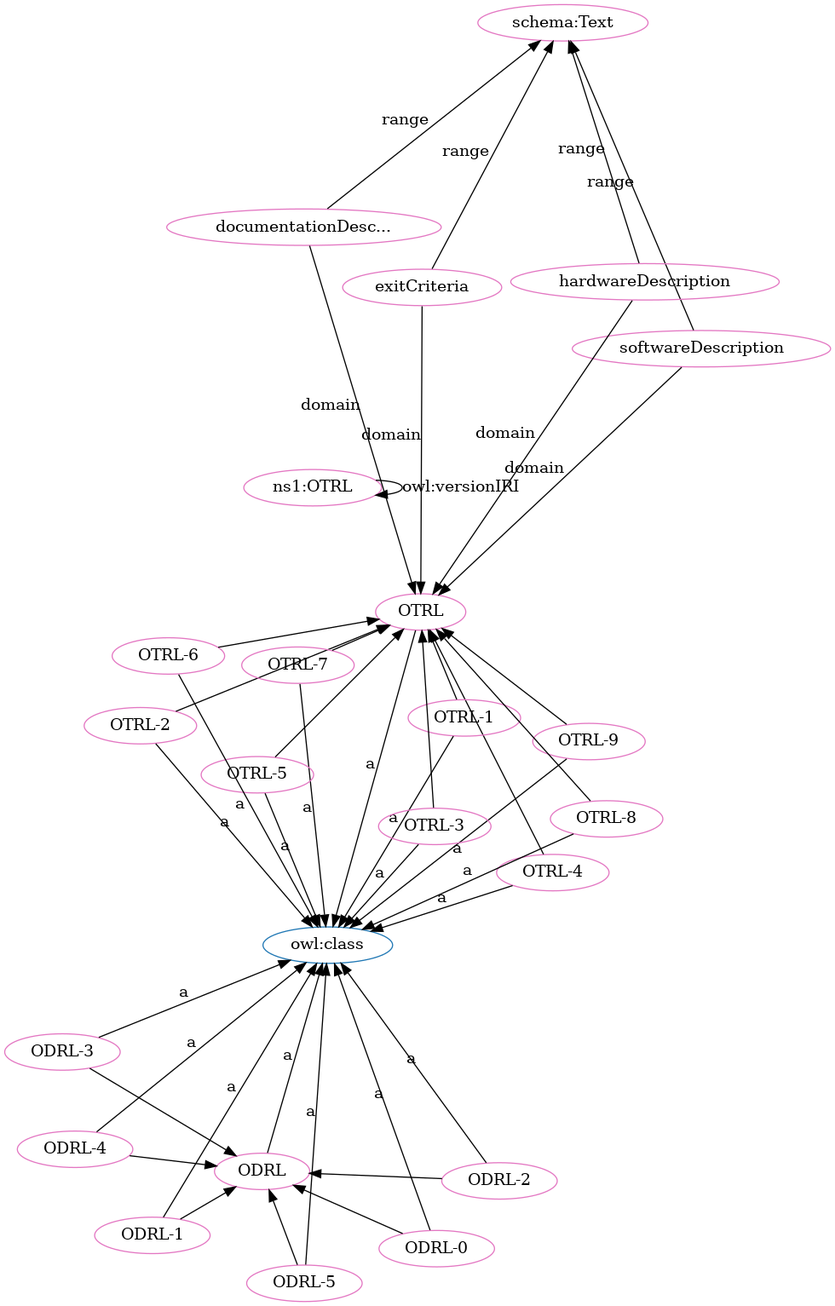
Earlier version of the Graphviz export OTRL-clean.png (OPEN-NEXT/OKH-LOSH). Its source is kept beside it as OTRL-clean.dot.
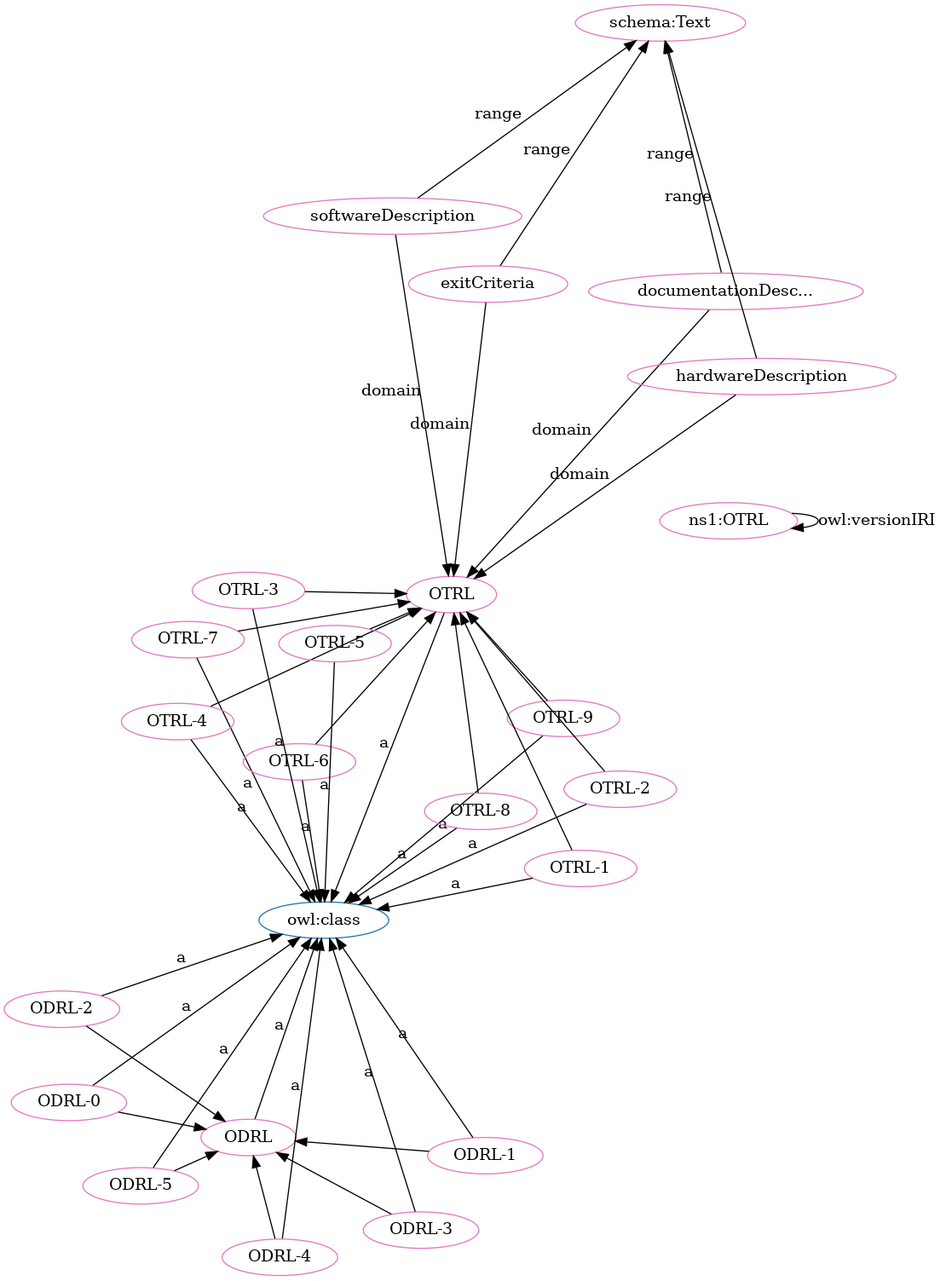
Above is the later version.

The edit, as a diff of the source:
```diff
@@ -1,71 +1,71 @@
 digraph G {
   rankdir=BT
   node[height=.3]
+"http://purl.org/oseg/ontologies/OTRL#ODRL" [fillcolor="#1f77b4" color="#1f77b4" label="ODRL"]
 "http://www.w3.org/2002/07/owl#class" [fillcolor="#1f77b4" color="#1f77b4" label="owl:class"]
 "http://purl.org/oseg/ontologies/OTRL#OTRL" [fillcolor="#1f77b4" color="#1f77b4" label="OTRL"]
-"http://purl.org/oseg/ontologies/OTRL#ODRL" [fillcolor="#1f77b4" color="#1f77b4" label="ODRL"]
+"http://purl.org/oseg/ontologies/OTRL#OTRL-7" [fillcolor="#e377c2" color="#e377c2" label="OTRL-7"]
+"http://purl.org/oseg/ontologies/OTRL#ODRL" [fillcolor="#e377c2" color="#e377c2" label="ODRL"]
+"http://purl.org/oseg/ontologies/OTRL#OTRL" [fillcolor="#e377c2" color="#e377c2" label="OTRL"]
+"http://purl.org/oseg/ontologies/OTRL#documentationDescription" [fillcolor="#e377c2" color="#e377c2" label="documentationDesc..."]
+"http://purl.org/oseg/ontologies/OTRL#OTRL-6" [fillcolor="#e377c2" color="#e377c2" label="OTRL-6"]
+"http://purl.org/oseg/ontologies/OTRL#OTRL-3" [fillcolor="#e377c2" color="#e377c2" label="OTRL-3"]
 "http://schema.org/Text" [fillcolor="#e377c2" color="#e377c2" label="schema:Text"]
-"http://purl.org/oseg/ontologies/OTRL#OTRL" [fillcolor="#e377c2" color="#e377c2" label="OTRL"]
-"http://purl.org/oseg/ontologies/OTRL#OTRL-4" [fillcolor="#e377c2" color="#e377c2" label="OTRL-4"]
+"http://purl.org/oseg/ontologies/OTRL#ODRL-4" [fillcolor="#e377c2" color="#e377c2" label="ODRL-4"]
+"http://purl.org/oseg/ontologies/OTRL#ODRL-1" [fillcolor="#e377c2" color="#e377c2" label="ODRL-1"]
+"http://purl.org/oseg/ontologies/OTRL#ODRL-3" [fillcolor="#e377c2" color="#e377c2" label="ODRL-3"]
+"http://purl.org/oseg/ontologies/OTRL#exitCriteria" [fillcolor="#e377c2" color="#e377c2" label="exitCriteria"]
 "http://purl.org/oseg/ontologies/OTRL#OTRL-9" [fillcolor="#e377c2" color="#e377c2" label="OTRL-9"]
-"http://purl.org/oseg/ontologies/OTRL#softwareDescription" [fillcolor="#e377c2" color="#e377c2" label="softwareDescription"]
-"http://purl.org/oseg/ontologies/OTRL#ODRL" [fillcolor="#e377c2" color="#e377c2" label="ODRL"]
 "http://purl.org/oseg/ontologies/OTRL" [fillcolor="#e377c2" color="#e377c2" label="ns1:OTRL"]
-"http://purl.org/oseg/ontologies/OTRL#documentationDescription" [fillcolor="#e377c2" color="#e377c2" label="documentationDesc..."]
-"http://purl.org/oseg/ontologies/OTRL#hardwareDescription" [fillcolor="#e377c2" color="#e377c2" label="hardwareDescription"]
-"http://purl.org/oseg/ontologies/OTRL#ODRL-5" [fillcolor="#e377c2" color="#e377c2" label="ODRL-5"]
+"http://purl.org/oseg/ontologies/OTRL#OTRL-8" [fillcolor="#e377c2" color="#e377c2" label="OTRL-8"]
+"http://purl.org/oseg/ontologies/OTRL#OTRL-1" [fillcolor="#e377c2" color="#e377c2" label="OTRL-1"]
 "http://purl.org/oseg/ontologies/OTRL#ODRL-2" [fillcolor="#e377c2" color="#e377c2" label="ODRL-2"]
 "http://purl.org/oseg/ontologies/OTRL#OTRL-2" [fillcolor="#e377c2" color="#e377c2" label="OTRL-2"]
-"http://purl.org/oseg/ontologies/OTRL#OTRL-7" [fillcolor="#e377c2" color="#e377c2" label="OTRL-7"]
-"http://purl.org/oseg/ontologies/OTRL#OTRL-1" [fillcolor="#e377c2" color="#e377c2" label="OTRL-1"]
-"http://purl.org/oseg/ontologies/OTRL#OTRL-3" [fillcolor="#e377c2" color="#e377c2" label="OTRL-3"]
-"http://purl.org/oseg/ontologies/OTRL#OTRL-8" [fillcolor="#e377c2" color="#e377c2" label="OTRL-8"]
+"http://purl.org/oseg/ontologies/OTRL#OTRL-4" [fillcolor="#e377c2" color="#e377c2" label="OTRL-4"]
+"http://purl.org/oseg/ontologies/OTRL#softwareDescription" [fillcolor="#e377c2" color="#e377c2" label="softwareDescription"]
+"http://purl.org/oseg/ontologies/OTRL#hardwareDescription" [fillcolor="#e377c2" color="#e377c2" label="hardwareDescription"]
+"http://purl.org/oseg/ontologies/OTRL#OTRL-5" [fillcolor="#e377c2" color="#e377c2" label="OTRL-5"]
 "http://purl.org/oseg/ontologies/OTRL#ODRL-0" [fillcolor="#e377c2" color="#e377c2" label="ODRL-0"]
-"http://purl.org/oseg/ontologies/OTRL#exitCriteria" [fillcolor="#e377c2" color="#e377c2" label="exitCriteria"]
-"http://purl.org/oseg/ontologies/OTRL#ODRL-1" [fillcolor="#e377c2" color="#e377c2" label="ODRL-1"]
-"http://purl.org/oseg/ontologies/OTRL#ODRL-3" [fillcolor="#e377c2" color="#e377c2" label="ODRL-3"]
-"http://purl.org/oseg/ontologies/OTRL#ODRL-4" [fillcolor="#e377c2" color="#e377c2" label="ODRL-4"]
-"http://purl.org/oseg/ontologies/OTRL#OTRL-5" [fillcolor="#e377c2" color="#e377c2" label="OTRL-5"]
-"http://purl.org/oseg/ontologies/OTRL#OTRL-6" [fillcolor="#e377c2" color="#e377c2" label="OTRL-6"]
+"http://purl.org/oseg/ontologies/OTRL#ODRL-5" [fillcolor="#e377c2" color="#e377c2" label="ODRL-5"]
+  "http://purl.org/oseg/ontologies/OTRL#OTRL-7" -> "http://www.w3.org/2002/07/owl#class" [label="a"]
+  "http://purl.org/oseg/ontologies/OTRL#OTRL-7" -> "http://purl.org/oseg/ontologies/OTRL#OTRL" [label=""]
+  "http://purl.org/oseg/ontologies/OTRL#exitCriteria" -> "http://purl.org/oseg/ontologies/OTRL#OTRL" [label="domain"]
+  "http://purl.org/oseg/ontologies/OTRL#OTRL-3" -> "http://purl.org/oseg/ontologies/OTRL#OTRL" [label=""]
+  "http://purl.org/oseg/ontologies/OTRL#OTRL-3" -> "http://www.w3.org/2002/07/owl#class" [label="a"]
+  "http://purl.org/oseg/ontologies/OTRL#OTRL-4" -> "http://purl.org/oseg/ontologies/OTRL#OTRL" [label=""]
+  "http://purl.org/oseg/ontologies/OTRL#OTRL-5" -> "http://purl.org/oseg/ontologies/OTRL#OTRL" [label=""]
   "http://purl.org/oseg/ontologies/OTRL#documentationDescription" -> "http://schema.org/Text" [label="range"]
-  "http://purl.org/oseg/ontologies/OTRL#documentationDescription" -> "http://purl.org/oseg/ontologies/OTRL#OTRL" [label="domain"]
   "http://purl.org/oseg/ontologies/OTRL#OTRL-4" -> "http://www.w3.org/2002/07/owl#class" [label="a"]
-  "http://purl.org/oseg/ontologies/OTRL#OTRL-9" -> "http://www.w3.org/2002/07/owl#class" [label="a"]
-  "http://purl.org/oseg/ontologies/OTRL#OTRL-5" -> "http://purl.org/oseg/ontologies/OTRL#OTRL" [label=""]
+  "http://purl.org/oseg/ontologies/OTRL#OTRL" -> "http://www.w3.org/2002/07/owl#class" [label="a"]
+  "http://purl.org/oseg/ontologies/OTRL#ODRL-4" -> "http://purl.org/oseg/ontologies/OTRL#ODRL" [label=""]
+  "http://purl.org/oseg/ontologies/OTRL#ODRL-1" -> "http://purl.org/oseg/ontologies/OTRL#ODRL" [label=""]
+  "http://purl.org/oseg/ontologies/OTRL#ODRL-3" -> "http://purl.org/oseg/ontologies/OTRL#ODRL" [label=""]
+  "http://purl.org/oseg/ontologies/OTRL#OTRL-5" -> "http://www.w3.org/2002/07/owl#class" [label="a"]
+  "http://purl.org/oseg/ontologies/OTRL#ODRL" -> "http://www.w3.org/2002/07/owl#class" [label="a"]
   "http://purl.org/oseg/ontologies/OTRL#ODRL-2" -> "http://purl.org/oseg/ontologies/OTRL#ODRL" [label=""]
-  "http://purl.org/oseg/ontologies/OTRL#OTRL-7" -> "http://purl.org/oseg/ontologies/OTRL#OTRL" [label=""]
-  "http://purl.org/oseg/ontologies/OTRL#OTRL-8" -> "http://purl.org/oseg/ontologies/OTRL#OTRL" [label=""]
-  "http://purl.org/oseg/ontologies/OTRL#OTRL-7" -> "http://www.w3.org/2002/07/owl#class" [label="a"]
-  "http://purl.org/oseg/ontologies/OTRL#OTRL-1" -> "http://www.w3.org/2002/07/owl#class" [label="a"]
-  "http://purl.org/oseg/ontologies/OTRL#softwareDescription" -> "http://purl.org/oseg/ontologies/OTRL#OTRL" [label="domain"]
-  "http://purl.org/oseg/ontologies/OTRL#exitCriteria" -> "http://purl.org/oseg/ontologies/OTRL#OTRL" [label="domain"]
-  "http://purl.org/oseg/ontologies/OTRL#ODRL-1" -> "http://purl.org/oseg/ontologies/OTRL#ODRL" [label=""]
-  "http://purl.org/oseg/ontologies/OTRL#OTRL-2" -> "http://purl.org/oseg/ontologies/OTRL#OTRL" [label=""]
-  "http://purl.org/oseg/ontologies/OTRL#ODRL-1" -> "http://www.w3.org/2002/07/owl#class" [label="a"]
-  "http://purl.org/oseg/ontologies/OTRL#ODRL-4" -> "http://www.w3.org/2002/07/owl#class" [label="a"]
-  "http://purl.org/oseg/ontologies/OTRL#OTRL-3" -> "http://purl.org/oseg/ontologies/OTRL#OTRL" [label=""]
-  "http://purl.org/oseg/ontologies/OTRL#OTRL-5" -> "http://www.w3.org/2002/07/owl#class" [label="a"]
+  "http://purl.org/oseg/ontologies/OTRL#OTRL-1" -> "http://purl.org/oseg/ontologies/OTRL#OTRL" [label=""]
+  "http://purl.org/oseg/ontologies/OTRL#OTRL-6" -> "http://purl.org/oseg/ontologies/OTRL#OTRL" [label=""]
   "http://purl.org/oseg/ontologies/OTRL#OTRL-6" -> "http://www.w3.org/2002/07/owl#class" [label="a"]
   "http://purl.org/oseg/ontologies/OTRL#softwareDescription" -> "http://schema.org/Text" [label="range"]
+  "http://purl.org/oseg/ontologies/OTRL#ODRL-4" -> "http://www.w3.org/2002/07/owl#class" [label="a"]
+  "http://purl.org/oseg/ontologies/OTRL#hardwareDescription" -> "http://schema.org/Text" [label="range"]
   "http://purl.org/oseg/ontologies/OTRL#exitCriteria" -> "http://schema.org/Text" [label="range"]
-  "http://purl.org/oseg/ontologies/OTRL#ODRL" -> "http://www.w3.org/2002/07/owl#class" [label="a"]
+  "http://purl.org/oseg/ontologies/OTRL#documentationDescription" -> "http://purl.org/oseg/ontologies/OTRL#OTRL" [label="domain"]
+  "http://purl.org/oseg/ontologies/OTRL#ODRL-1" -> "http://www.w3.org/2002/07/owl#class" [label="a"]
+  "http://purl.org/oseg/ontologies/OTRL#ODRL-3" -> "http://www.w3.org/2002/07/owl#class" [label="a"]
+  "http://purl.org/oseg/ontologies/OTRL#ODRL-5" -> "http://purl.org/oseg/ontologies/OTRL#ODRL" [label=""]
+  "http://purl.org/oseg/ontologies/OTRL#OTRL-2" -> "http://purl.org/oseg/ontologies/OTRL#OTRL" [label=""]
+  "http://purl.org/oseg/ontologies/OTRL#ODRL-0" -> "http://purl.org/oseg/ontologies/OTRL#ODRL" [label=""]
+  "http://purl.org/oseg/ontologies/OTRL#OTRL-9" -> "http://purl.org/oseg/ontologies/OTRL#OTRL" [label=""]
+  "http://purl.org/oseg/ontologies/OTRL#OTRL-8" -> "http://purl.org/oseg/ontologies/OTRL#OTRL" [label=""]
+  "http://purl.org/oseg/ontologies/OTRL#OTRL-9" -> "http://www.w3.org/2002/07/owl#class" [label="a"]
+  "http://purl.org/oseg/ontologies/OTRL#softwareDescription" -> "http://purl.org/oseg/ontologies/OTRL#OTRL" [label="domain"]
   "http://purl.org/oseg/ontologies/OTRL" -> "http://purl.org/oseg/ontologies/OTRL" [label="owl:versionIRI"]
-  "http://purl.org/oseg/ontologies/OTRL#OTRL-1" -> "http://purl.org/oseg/ontologies/OTRL#OTRL" [label=""]
-  "http://purl.org/oseg/ontologies/OTRL#ODRL-5" -> "http://purl.org/oseg/ontologies/OTRL#ODRL" [label=""]
-  "http://purl.org/oseg/ontologies/OTRL#ODRL-4" -> "http://purl.org/oseg/ontologies/OTRL#ODRL" [label=""]
+  "http://purl.org/oseg/ontologies/OTRL#OTRL-8" -> "http://www.w3.org/2002/07/owl#class" [label="a"]
+  "http://purl.org/oseg/ontologies/OTRL#OTRL-1" -> "http://www.w3.org/2002/07/owl#class" [label="a"]
+  "http://purl.org/oseg/ontologies/OTRL#hardwareDescription" -> "http://purl.org/oseg/ontologies/OTRL#OTRL" [label="domain"]
+  "http://purl.org/oseg/ontologies/OTRL#ODRL-2" -> "http://www.w3.org/2002/07/owl#class" [label="a"]
+  "http://purl.org/oseg/ontologies/OTRL#ODRL-0" -> "http://www.w3.org/2002/07/owl#class" [label="a"]
   "http://purl.org/oseg/ontologies/OTRL#ODRL-5" -> "http://www.w3.org/2002/07/owl#class" [label="a"]
-  "http://purl.org/oseg/ontologies/OTRL#ODRL-2" -> "http://www.w3.org/2002/07/owl#class" [label="a"]
-  "http://purl.org/oseg/ontologies/OTRL#OTRL-9" -> "http://purl.org/oseg/ontologies/OTRL#OTRL" [label=""]
   "http://purl.org/oseg/ontologies/OTRL#OTRL-2" -> "http://www.w3.org/2002/07/owl#class" [label="a"]
-  "http://purl.org/oseg/ontologies/OTRL#ODRL-0" -> "http://purl.org/oseg/ontologies/OTRL#ODRL" [label=""]
-  "http://purl.org/oseg/ontologies/OTRL#OTRL-3" -> "http://www.w3.org/2002/07/owl#class" [label="a"]
-  "http://purl.org/oseg/ontologies/OTRL#OTRL-4" -> "http://purl.org/oseg/ontologies/OTRL#OTRL" [label=""]
-  "http://purl.org/oseg/ontologies/OTRL#OTRL-8" -> "http://www.w3.org/2002/07/owl#class" [label="a"]
-  "http://purl.org/oseg/ontologies/OTRL#ODRL-0" -> "http://www.w3.org/2002/07/owl#class" [label="a"]
-  "http://purl.org/oseg/ontologies/OTRL#hardwareDescription" -> "http://schema.org/Text" [label="range"]
-  "http://purl.org/oseg/ontologies/OTRL#ODRL-3" -> "http://purl.org/oseg/ontologies/OTRL#ODRL" [label=""]
-  "http://purl.org/oseg/ontologies/OTRL#hardwareDescription" -> "http://purl.org/oseg/ontologies/OTRL#OTRL" [label="domain"]
-  "http://purl.org/oseg/ontologies/OTRL#OTRL" -> "http://www.w3.org/2002/07/owl#class" [label="a"]
-  "http://purl.org/oseg/ontologies/OTRL#OTRL-6" -> "http://purl.org/oseg/ontologies/OTRL#OTRL" [label=""]
-  "http://purl.org/oseg/ontologies/OTRL#ODRL-3" -> "http://www.w3.org/2002/07/owl#class" [label="a"]
 }
```
